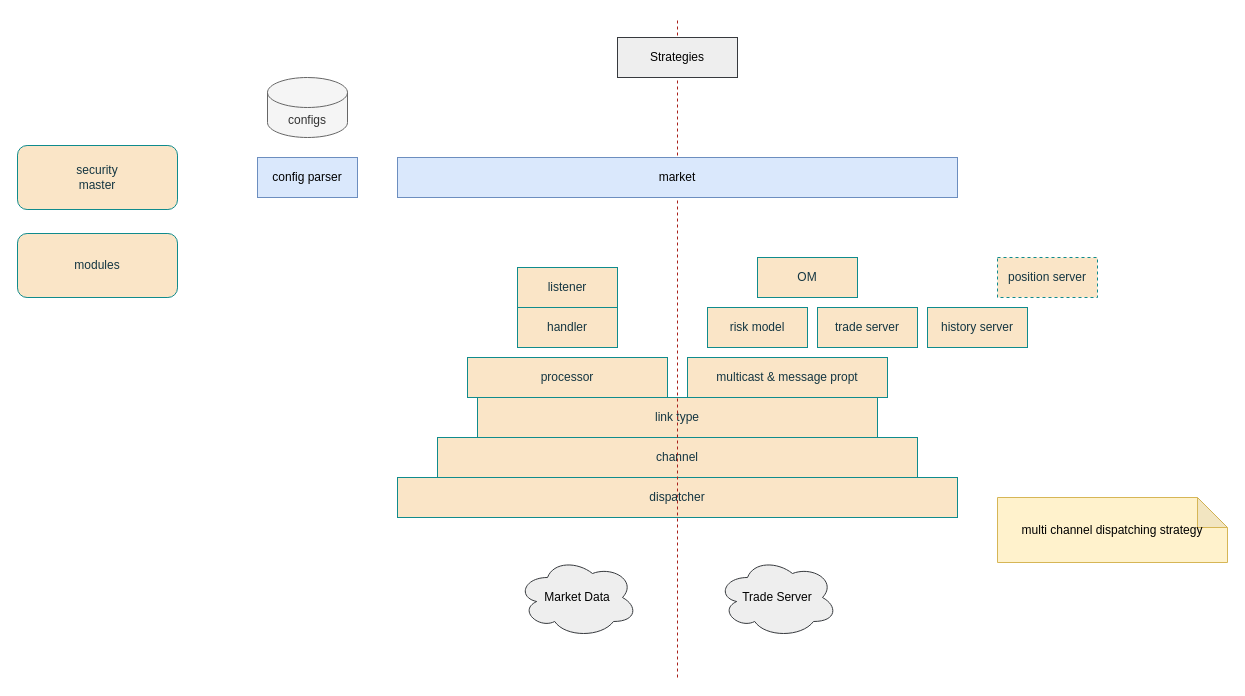
Earlier version of the draw.io diagram page "Infra" (2 of 3) of hft/hft_framework.drawio (mistyeye11/drawio). Source tidied: cells renumbered, new cells numbered last; positions are measured from the earlier drawing's top-left corner, leaving out a move shared by most shapes. Both pictures are drawn from the tidied source at 100%, with x=0, y=0 at pixel (17, 17).
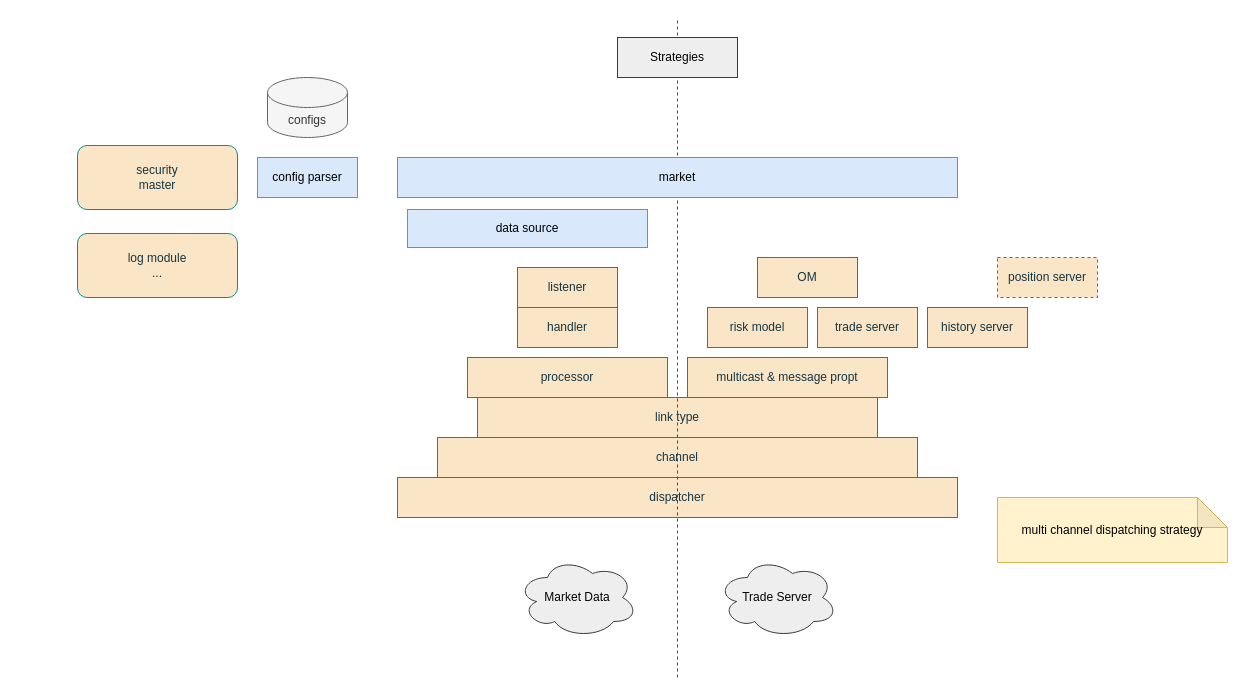
Above is the later version.

Diff of the diagram source:
```diff
@@
     <mxCell id="20" value="security&lt;div&gt;master&lt;/div&gt;" style="rounded=1;whiteSpace=wrap;html=1;strokeColor=#0F8B8D;fontColor=#143642;fillColor=#FAE5C7;shape=label;" parent="1" vertex="1">
-      <mxGeometry y="128" width="160" height="64" as="geometry" />
+      <mxGeometry x="60" y="128" width="160" height="64" as="geometry" />
     </mxCell>
@@
-    <mxCell id="23" value="modules" style="rounded=1;whiteSpace=wrap;html=1;strokeColor=#0F8B8D;fontColor=#143642;fillColor=#FAE5C7;shape=label;" parent="1" vertex="1">
-      <mxGeometry y="216" width="160" height="64" as="geometry" />
+    <mxCell id="23" value="log module&lt;div&gt;...&lt;/div&gt;" style="rounded=1;whiteSpace=wrap;html=1;strokeColor=#0F8B8D;fontColor=#143642;fillColor=#FAE5C7;shape=label;" parent="1" vertex="1">
+      <mxGeometry x="60" y="216" width="160" height="64" as="geometry" />
     </mxCell>
+    <mxCell id="24" value="data source" style="rounded=0;whiteSpace=wrap;html=1;strokeColor=#6c8ebf;fillColor=#dae8fc;" parent="1" vertex="1">
+      <mxGeometry x="390" y="192" width="240" height="38" as="geometry" />
+    </mxCell>
```
